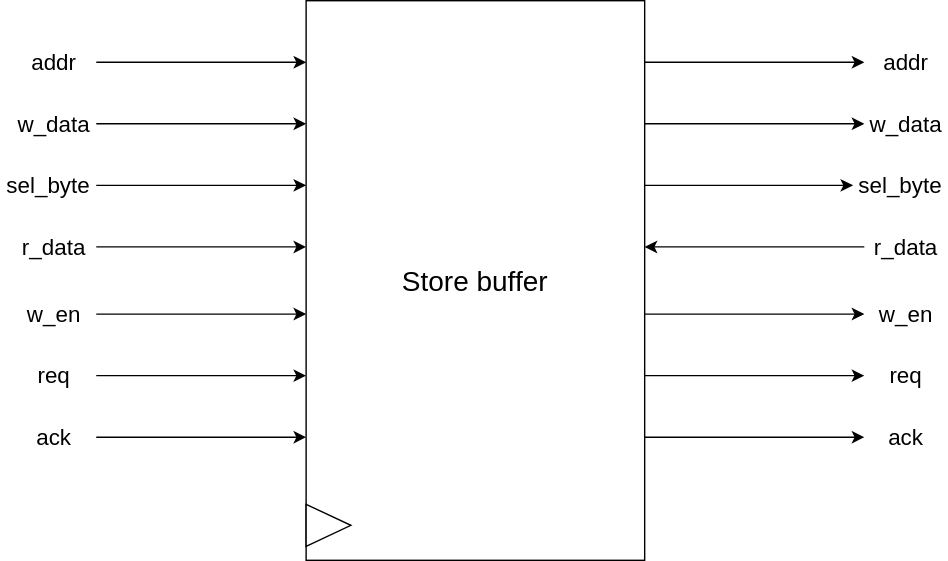
Before: Tayyab/StoreBuffer/docs/store_buffer_tld.drawio.svg, a diagram exported from draw.io (medsuet/Xcelerium-IC-Design-Training). Source tidied: cells renumbered, new cells last; positions are measured from the earlier drawing's top-left corner, leaving out a move shared by most shapes. Its diagram source:
```xml
<mxGraphModel>
  <root>
    <mxCell id="0" />
    <mxCell id="1" parent="0" />
    <mxCell id="2" style="edgeStyle=orthogonalEdgeStyle;rounded=0;jettySize=auto;html=1;exitX=1;exitY=0.11;exitDx=0;exitDy=0;exitPerimeter=0;entryX=0;entryY=0.5;entryDx=0;entryDy=0;" parent="1" edge="1" source="8" target="24">
      <mxGeometry relative="1" as="geometry" />
    </mxCell>
    <mxCell id="3" style="edgeStyle=orthogonalEdgeStyle;rounded=0;jettySize=auto;html=1;exitX=1;exitY=0.22;exitDx=0;exitDy=0;exitPerimeter=0;entryX=0;entryY=0.5;entryDx=0;entryDy=0;" parent="1" edge="1" source="8" target="23">
      <mxGeometry relative="1" as="geometry" />
    </mxCell>
    <mxCell id="4" style="edgeStyle=orthogonalEdgeStyle;rounded=0;jettySize=auto;html=1;exitX=1;exitY=0.33;exitDx=0;exitDy=0;exitPerimeter=0;entryX=0;entryY=0.5;entryDx=0;entryDy=0;" parent="1" edge="1" source="8" target="25">
      <mxGeometry relative="1" as="geometry" />
    </mxCell>
    <mxCell id="5" style="edgeStyle=orthogonalEdgeStyle;rounded=0;jettySize=auto;html=1;exitX=1;exitY=0.56;exitDx=0;exitDy=0;exitPerimeter=0;" parent="1" edge="1" source="8" target="26">
      <mxGeometry relative="1" as="geometry" />
    </mxCell>
    <mxCell id="6" style="edgeStyle=orthogonalEdgeStyle;rounded=0;jettySize=auto;html=1;exitX=1;exitY=0.67;exitDx=0;exitDy=0;exitPerimeter=0;entryX=0;entryY=0.5;entryDx=0;entryDy=0;" parent="1" edge="1" source="8" target="27">
      <mxGeometry relative="1" as="geometry" />
    </mxCell>
    <mxCell id="7" style="edgeStyle=orthogonalEdgeStyle;rounded=0;jettySize=auto;html=1;exitX=1;exitY=0.78;exitDx=0;exitDy=0;exitPerimeter=0;entryX=0;entryY=0.5;entryDx=0;entryDy=0;" parent="1" edge="1" source="8" target="28">
      <mxGeometry relative="1" as="geometry" />
    </mxCell>
    <mxCell id="8" value="Store buffer" style="rounded=0;whiteSpace=wrap;html=1;fontSize=20;points=[[0,0,0,0,0],[0,0.11,0,0,0],[0,0.22,0,0,0],[0,0.33,0,0,0],[0,0.44,0,0,0],[0,0.56,0,0,0],[0,0.67,0,0,0],[0,0.78,0,0,0],[0,0.89,0,0,0],[0,1,0,0,0],[0.11,1,0,0,0],[0.22,1,0,0,0],[0.25,0,0,0,0],[0.33,1,0,0,0],[0.44,1,0,0,0],[0.5,0,0,0,0],[0.56,1,0,0,0],[0.67,1,0,0,0],[0.75,0,0,0,0],[0.78,1,0,0,0],[0.89,1,0,0,0],[1,0,0,0,0],[1,0.11,0,0,0],[1,0.22,0,0,0],[1,0.33,0,0,0],[1,0.44,0,0,0],[1,0.56,0,0,0],[1,0.67,0,0,0],[1,0.78,0,0,0],[1,0.89,0,0,0],[1,1,0,0,0]];" parent="1" vertex="1">
      <mxGeometry x="218" width="242" height="400" as="geometry" />
    </mxCell>
    <mxCell id="9" value="w_data" style="text;html=1;align=center;verticalAlign=middle;whiteSpace=wrap;rounded=0;fontSize=16;" parent="1" vertex="1">
      <mxGeometry x="8" y="73" width="60" height="30" as="geometry" />
    </mxCell>
    <mxCell id="10" value="addr" style="text;html=1;align=center;verticalAlign=middle;whiteSpace=wrap;rounded=0;fontSize=16;" parent="1" vertex="1">
      <mxGeometry x="8" y="29" width="60" height="30" as="geometry" />
    </mxCell>
    <mxCell id="11" value="sel_byte" style="text;html=1;align=center;verticalAlign=middle;whiteSpace=wrap;rounded=0;fontSize=16;" parent="1" vertex="1">
      <mxGeometry y="117" width="68" height="30" as="geometry" />
    </mxCell>
    <mxCell id="12" value="w_en" style="text;html=1;align=center;verticalAlign=middle;whiteSpace=wrap;rounded=0;fontSize=16;" parent="1" vertex="1">
      <mxGeometry x="8" y="209" width="60" height="30" as="geometry" />
    </mxCell>
    <mxCell id="13" value="req" style="text;html=1;align=center;verticalAlign=middle;whiteSpace=wrap;rounded=0;fontSize=16;" parent="1" vertex="1">
      <mxGeometry x="8" y="253" width="60" height="30" as="geometry" />
    </mxCell>
    <mxCell id="14" value="ack" style="text;html=1;align=center;verticalAlign=middle;whiteSpace=wrap;rounded=0;fontSize=16;" parent="1" vertex="1">
      <mxGeometry x="8" y="297" width="60" height="30" as="geometry" />
    </mxCell>
    <mxCell id="15" value="r_data" style="text;html=1;align=center;verticalAlign=middle;whiteSpace=wrap;rounded=0;fontSize=16;" parent="1" vertex="1">
      <mxGeometry x="8" y="161" width="60" height="30" as="geometry" />
    </mxCell>
    <mxCell id="16" style="edgeStyle=orthogonalEdgeStyle;rounded=0;jettySize=auto;html=1;exitX=1;exitY=0.5;exitDx=0;exitDy=0;entryX=0;entryY=0.11;entryDx=0;entryDy=0;entryPerimeter=0;" parent="1" edge="1" source="10" target="8">
      <mxGeometry relative="1" as="geometry" />
    </mxCell>
    <mxCell id="17" style="edgeStyle=orthogonalEdgeStyle;rounded=0;jettySize=auto;html=1;exitX=1;exitY=0.5;exitDx=0;exitDy=0;entryX=0;entryY=0.22;entryDx=0;entryDy=0;entryPerimeter=0;" parent="1" edge="1" source="9" target="8">
      <mxGeometry relative="1" as="geometry" />
    </mxCell>
    <mxCell id="18" style="edgeStyle=orthogonalEdgeStyle;rounded=0;jettySize=auto;html=1;exitX=1;exitY=0.5;exitDx=0;exitDy=0;entryX=0;entryY=0.33;entryDx=0;entryDy=0;entryPerimeter=0;" parent="1" edge="1" source="11" target="8">
      <mxGeometry relative="1" as="geometry" />
    </mxCell>
    <mxCell id="19" style="edgeStyle=orthogonalEdgeStyle;rounded=0;jettySize=auto;html=1;exitX=1;exitY=0.5;exitDx=0;exitDy=0;entryX=0;entryY=0.44;entryDx=0;entryDy=0;entryPerimeter=0;" parent="1" edge="1" source="15" target="8">
      <mxGeometry relative="1" as="geometry" />
    </mxCell>
    <mxCell id="20" style="edgeStyle=orthogonalEdgeStyle;rounded=0;jettySize=auto;html=1;exitX=1;exitY=0.5;exitDx=0;exitDy=0;entryX=0;entryY=0.56;entryDx=0;entryDy=0;entryPerimeter=0;" parent="1" edge="1" source="12" target="8">
      <mxGeometry relative="1" as="geometry" />
    </mxCell>
    <mxCell id="21" style="edgeStyle=orthogonalEdgeStyle;rounded=0;jettySize=auto;html=1;exitX=1;exitY=0.5;exitDx=0;exitDy=0;entryX=0;entryY=0.67;entryDx=0;entryDy=0;entryPerimeter=0;" parent="1" edge="1" source="13" target="8">
      <mxGeometry relative="1" as="geometry" />
    </mxCell>
    <mxCell id="22" style="edgeStyle=orthogonalEdgeStyle;rounded=0;jettySize=auto;html=1;exitX=1;exitY=0.5;exitDx=0;exitDy=0;entryX=0;entryY=0.78;entryDx=0;entryDy=0;entryPerimeter=0;" parent="1" edge="1" source="14" target="8">
      <mxGeometry relative="1" as="geometry" />
    </mxCell>
    <mxCell id="23" value="w_data" style="text;html=1;align=center;verticalAlign=middle;whiteSpace=wrap;rounded=0;fontSize=16;" parent="1" vertex="1">
      <mxGeometry x="617" y="73" width="60" height="30" as="geometry" />
    </mxCell>
    <mxCell id="24" value="addr" style="text;html=1;align=center;verticalAlign=middle;whiteSpace=wrap;rounded=0;fontSize=16;" parent="1" vertex="1">
      <mxGeometry x="617" y="29" width="60" height="30" as="geometry" />
    </mxCell>
    <mxCell id="25" value="sel_byte" style="text;html=1;align=center;verticalAlign=middle;whiteSpace=wrap;rounded=0;fontSize=16;" parent="1" vertex="1">
      <mxGeometry x="609" y="117" width="68" height="30" as="geometry" />
    </mxCell>
    <mxCell id="26" value="w_en" style="text;html=1;align=center;verticalAlign=middle;whiteSpace=wrap;rounded=0;fontSize=16;" parent="1" vertex="1">
      <mxGeometry x="617" y="209" width="60" height="30" as="geometry" />
    </mxCell>
    <mxCell id="27" value="req" style="text;html=1;align=center;verticalAlign=middle;whiteSpace=wrap;rounded=0;fontSize=16;" parent="1" vertex="1">
      <mxGeometry x="617" y="253" width="60" height="30" as="geometry" />
    </mxCell>
    <mxCell id="28" value="ack" style="text;html=1;align=center;verticalAlign=middle;whiteSpace=wrap;rounded=0;fontSize=16;" parent="1" vertex="1">
      <mxGeometry x="617" y="297" width="60" height="30" as="geometry" />
    </mxCell>
    <mxCell id="29" value="r_data" style="text;html=1;align=center;verticalAlign=middle;whiteSpace=wrap;rounded=0;fontSize=16;" parent="1" vertex="1">
      <mxGeometry x="617" y="161" width="60" height="30" as="geometry" />
    </mxCell>
    <mxCell id="30" style="edgeStyle=orthogonalEdgeStyle;rounded=0;jettySize=auto;html=1;exitX=0;exitY=0.5;exitDx=0;exitDy=0;entryX=1;entryY=0.44;entryDx=0;entryDy=0;entryPerimeter=0;" parent="1" edge="1" source="29" target="8">
      <mxGeometry relative="1" as="geometry" />
    </mxCell>
    <mxCell id="31" style="triangle;whiteSpace=wrap;html=1;" parent="1" vertex="1">
      <mxGeometry x="218" y="360" width="32" height="30" as="geometry" />
    </mxCell>
  </root>
</mxGraphModel>
```
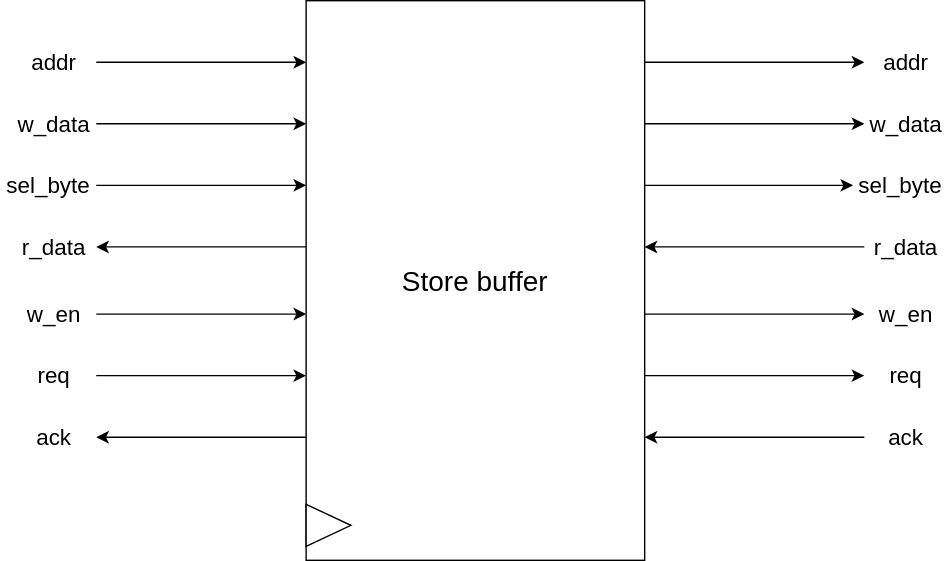
Above is the later version.

Change to the diagram source:
```diff
@@ -17,8 +17,13 @@
     <mxCell id="6" style="edgeStyle=orthogonalEdgeStyle;rounded=0;jettySize=auto;html=1;exitX=1;exitY=0.67;exitDx=0;exitDy=0;exitPerimeter=0;entryX=0;entryY=0.5;entryDx=0;entryDy=0;" parent="1" edge="1" source="8" target="27">
       <mxGeometry relative="1" as="geometry" />
     </mxCell>
-    <mxCell id="7" style="edgeStyle=orthogonalEdgeStyle;rounded=0;jettySize=auto;html=1;exitX=1;exitY=0.78;exitDx=0;exitDy=0;exitPerimeter=0;entryX=0;entryY=0.5;entryDx=0;entryDy=0;" parent="1" edge="1" source="8" target="28">
-      <mxGeometry relative="1" as="geometry" />
+    <mxCell id="7" style="edgeStyle=orthogonalEdgeStyle;rounded=0;jettySize=auto;html=1;exitX=0;exitY=0.5;exitDx=0;exitDy=0;entryX=1;entryY=0.78;entryDx=0;entryDy=0;entryPerimeter=0;" parent="1" edge="1" source="28" target="8">
+      <mxGeometry relative="1" as="geometry">
+        <Array as="points">
+          <mxPoint x="520" y="312" />
+          <mxPoint x="520" y="312" />
+        </Array>
+      </mxGeometry>
     </mxCell>
     <mxCell id="8" value="Store buffer" style="rounded=0;whiteSpace=wrap;html=1;fontSize=20;points=[[0,0,0,0,0],[0,0.11,0,0,0],[0,0.22,0,0,0],[0,0.33,0,0,0],[0,0.44,0,0,0],[0,0.56,0,0,0],[0,0.67,0,0,0],[0,0.78,0,0,0],[0,0.89,0,0,0],[0,1,0,0,0],[0.11,1,0,0,0],[0.22,1,0,0,0],[0.25,0,0,0,0],[0.33,1,0,0,0],[0.44,1,0,0,0],[0.5,0,0,0,0],[0.56,1,0,0,0],[0.67,1,0,0,0],[0.75,0,0,0,0],[0.78,1,0,0,0],[0.89,1,0,0,0],[1,0,0,0,0],[1,0.11,0,0,0],[1,0.22,0,0,0],[1,0.33,0,0,0],[1,0.44,0,0,0],[1,0.56,0,0,0],[1,0.67,0,0,0],[1,0.78,0,0,0],[1,0.89,0,0,0],[1,1,0,0,0]];" parent="1" vertex="1">
       <mxGeometry x="218" width="242" height="400" as="geometry" />
@@ -53,7 +58,7 @@
     <mxCell id="18" style="edgeStyle=orthogonalEdgeStyle;rounded=0;jettySize=auto;html=1;exitX=1;exitY=0.5;exitDx=0;exitDy=0;entryX=0;entryY=0.33;entryDx=0;entryDy=0;entryPerimeter=0;" parent="1" edge="1" source="11" target="8">
       <mxGeometry relative="1" as="geometry" />
     </mxCell>
-    <mxCell id="19" style="edgeStyle=orthogonalEdgeStyle;rounded=0;jettySize=auto;html=1;exitX=1;exitY=0.5;exitDx=0;exitDy=0;entryX=0;entryY=0.44;entryDx=0;entryDy=0;entryPerimeter=0;" parent="1" edge="1" source="15" target="8">
+    <mxCell id="19" style="edgeStyle=orthogonalEdgeStyle;rounded=0;jettySize=auto;html=1;exitX=0;exitY=0.44;exitDx=0;exitDy=0;entryX=1;entryY=0.5;entryDx=0;entryDy=0;exitPerimeter=0;" parent="1" edge="1" source="8" target="15">
       <mxGeometry relative="1" as="geometry" />
     </mxCell>
     <mxCell id="20" style="edgeStyle=orthogonalEdgeStyle;rounded=0;jettySize=auto;html=1;exitX=1;exitY=0.5;exitDx=0;exitDy=0;entryX=0;entryY=0.56;entryDx=0;entryDy=0;entryPerimeter=0;" parent="1" edge="1" source="12" target="8">
@@ -62,7 +67,7 @@
     <mxCell id="21" style="edgeStyle=orthogonalEdgeStyle;rounded=0;jettySize=auto;html=1;exitX=1;exitY=0.5;exitDx=0;exitDy=0;entryX=0;entryY=0.67;entryDx=0;entryDy=0;entryPerimeter=0;" parent="1" edge="1" source="13" target="8">
       <mxGeometry relative="1" as="geometry" />
     </mxCell>
-    <mxCell id="22" style="edgeStyle=orthogonalEdgeStyle;rounded=0;jettySize=auto;html=1;exitX=1;exitY=0.5;exitDx=0;exitDy=0;entryX=0;entryY=0.78;entryDx=0;entryDy=0;entryPerimeter=0;" parent="1" edge="1" source="14" target="8">
+    <mxCell id="22" style="edgeStyle=orthogonalEdgeStyle;rounded=0;jettySize=auto;html=1;exitX=0;exitY=0.78;exitDx=0;exitDy=0;entryX=1;entryY=0.5;entryDx=0;entryDy=0;exitPerimeter=0;" parent="1" edge="1" source="8" target="14">
       <mxGeometry relative="1" as="geometry" />
     </mxCell>
     <mxCell id="23" value="w_data" style="text;html=1;align=center;verticalAlign=middle;whiteSpace=wrap;rounded=0;fontSize=16;" parent="1" vertex="1">
```
